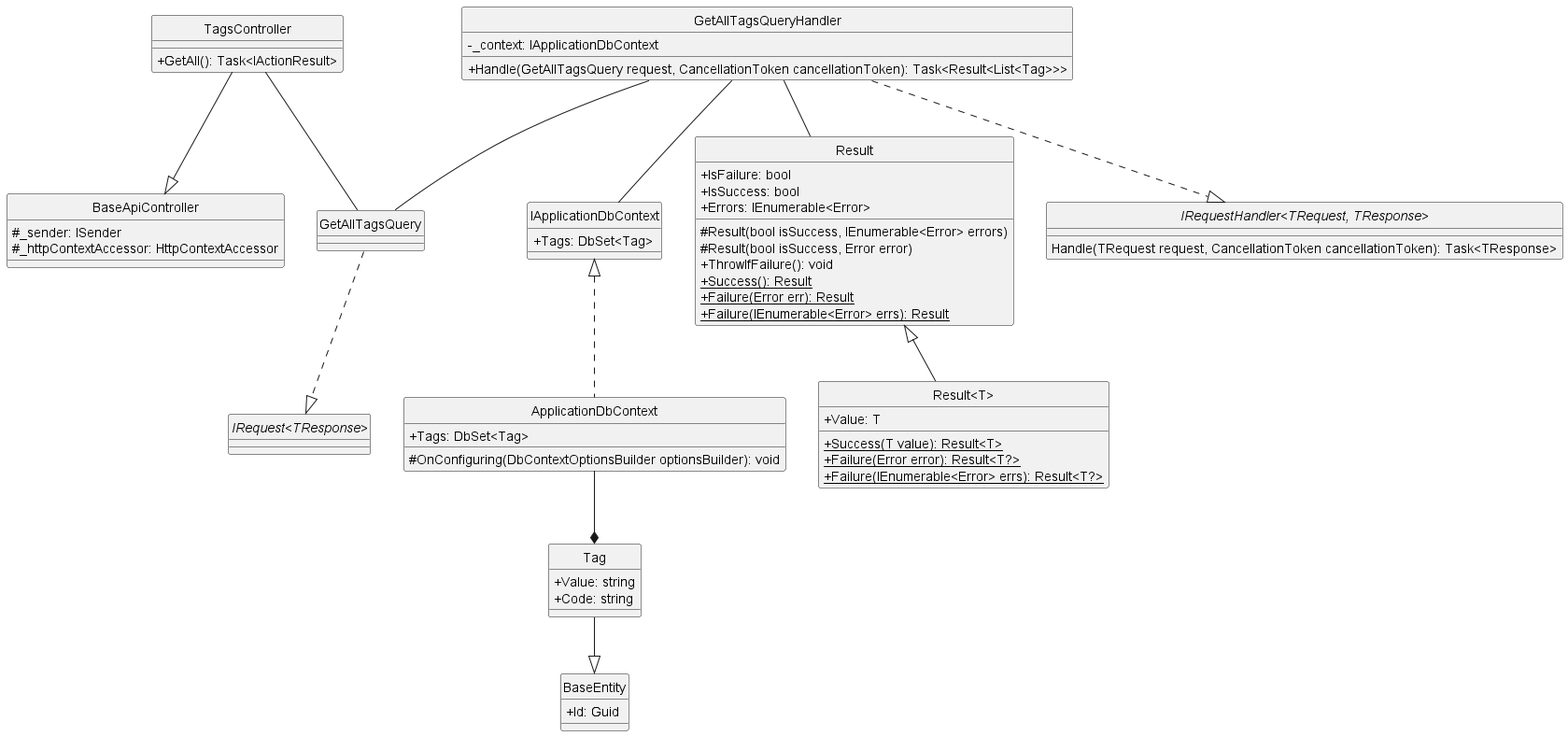
This is docs/Class Diagram/Post/Tags/GetAllTag/ClassDiagram/getAllTag.png from Carl-Johnsons/Chat-Application, a PlantUML export, as it was before one commit.
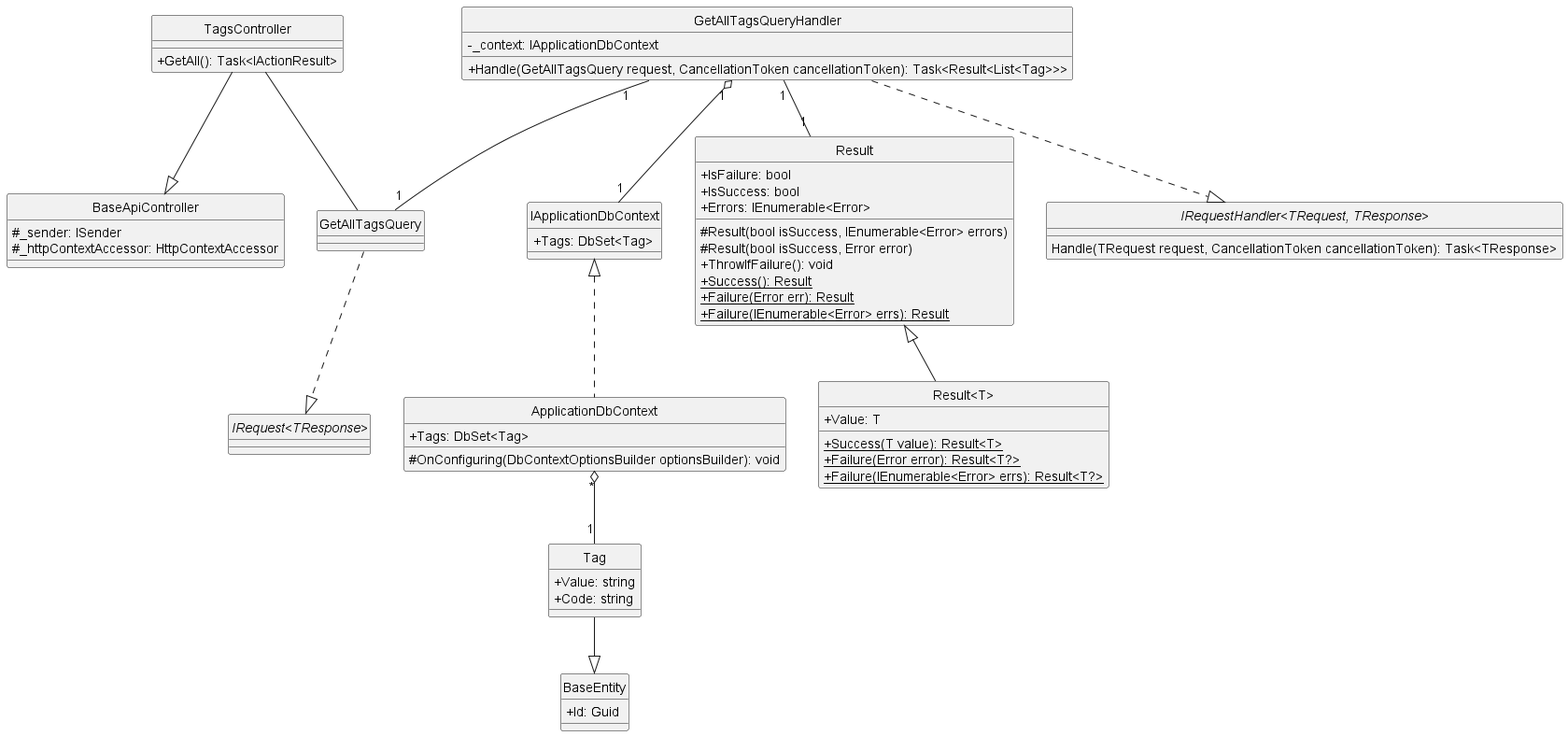
Later version of the same file.

Diff of the diagram source:
```diff
@@ -65,11 +65,11 @@
 TagsController -- GetAllTagsQuery
 GetAllTagsQuery ..|> "IRequest<TResponse>"
 GetAllTagsQueryHandler ..|> "IRequestHandler<TRequest, TResponse>"
-GetAllTagsQueryHandler -- GetAllTagsQuery
-GetAllTagsQueryHandler -- Result
-GetAllTagsQueryHandler -- IApplicationDbContext
+GetAllTagsQueryHandler "1"--"1" GetAllTagsQuery
+GetAllTagsQueryHandler "1"--"1" Result
+GetAllTagsQueryHandler "1" o--"1" IApplicationDbContext
 Result <|-- "Result<T>"
 Tag --|> BaseEntity
 IApplicationDbContext <|.. ApplicationDbContext
-ApplicationDbContext --* Tag
+ApplicationDbContext "*" o--"1" Tag
 @enduml
```
